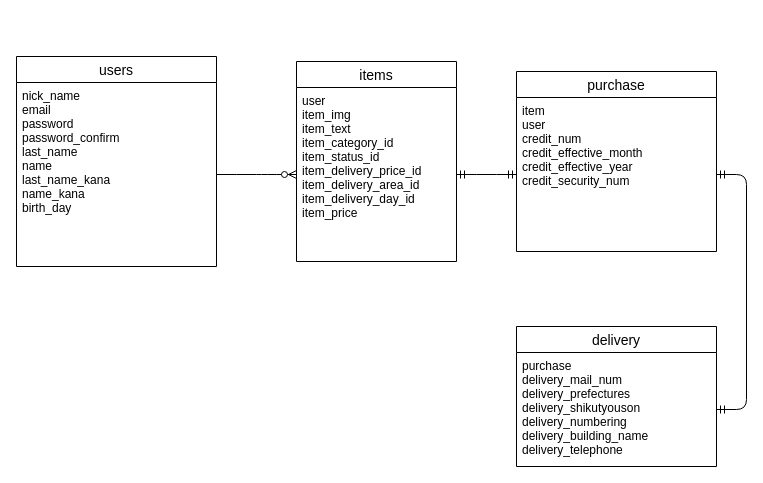
This is DB.dio from yo108039/furima-32329, a draw.io file, before an edit. Source tidied: cells renumbered, new cells numbered last; positions are measured from the earlier drawing's top-left corner, leaving out a move shared by most shapes. Both pictures are drawn from the tidied source at 100%, with x=0, y=0 at pixel (16, 56).
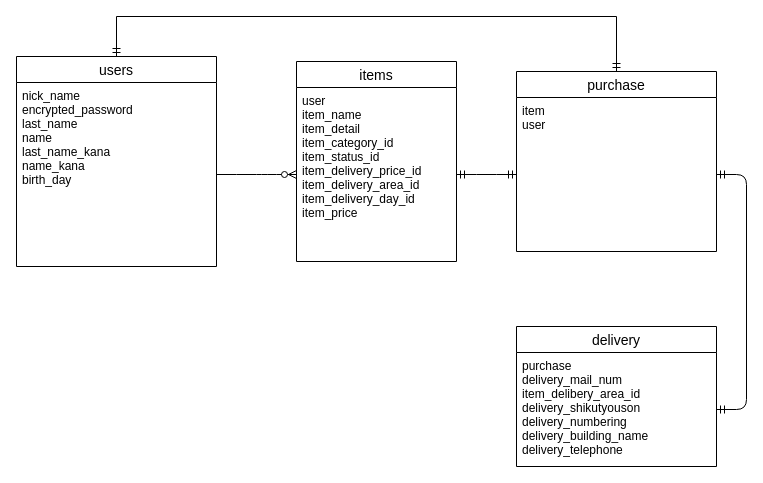
Above is the later version.

Commit message (it also covers changes not shown here):
データベース設計(レビュー後修正 - 3回目)

What changed in the source:
```diff
@@
 <mxGraphModel>
   <root>
     <mxCell id="0" />
     <mxCell id="1" parent="0" />
     <mxCell id="2" value="users" style="swimlane;fontStyle=0;horizontal=1;startSize=26;align=center;fontSize=14;" parent="1" vertex="1">
       <mxGeometry width="200" height="210" as="geometry" />
     </mxCell>
-    <mxCell id="3" value="nick_name&#10;email&#10;password&#10;password_confirm&#10;last_name&#10;name&#10;last_name_kana&#10;name_kana&#10;birth_day&#10;" style="text;strokeColor=none;fillColor=none;spacingLeft=4;spacingRight=4;overflow=hidden;points=[[0,0.5],[1,0.5]];portConstraint=eastwest;fontSize=12;" parent="2" vertex="1">
+    <mxCell id="3" value="nick_name&#10;encrypted_password&#10;last_name&#10;name&#10;last_name_kana&#10;name_kana&#10;birth_day&#10;" style="text;strokeColor=none;fillColor=none;spacingLeft=4;spacingRight=4;overflow=hidden;points=[[0,0.5],[1,0.5]];portConstraint=eastwest;fontSize=12;" parent="2" vertex="1">
       <mxGeometry y="26" width="200" height="184" as="geometry" />
     </mxCell>
     <mxCell id="4" value="items" style="swimlane;fontStyle=0;horizontal=1;startSize=26;align=center;fontSize=14;" parent="1" vertex="1">
       <mxGeometry x="280" y="5" width="160" height="200" as="geometry" />
     </mxCell>
-    <mxCell id="5" value="user&#10;item_img&#10;item_text&#10;item_category_id&#10;item_status_id&#10;item_delivery_price_id&#10;item_delivery_area_id&#10;item_delivery_day_id&#10;item_price" style="text;strokeColor=none;fillColor=none;spacingLeft=4;spacingRight=4;overflow=hidden;points=[[0,0.5],[1,0.5]];portConstraint=eastwest;fontSize=12;" parent="4" vertex="1">
+    <mxCell id="5" value="user&#10;item_name&#10;item_detail&#10;item_category_id&#10;item_status_id&#10;item_delivery_price_id&#10;item_delivery_area_id&#10;item_delivery_day_id&#10;item_price" style="text;strokeColor=none;fillColor=none;spacingLeft=4;spacingRight=4;overflow=hidden;points=[[0,0.5],[1,0.5]];portConstraint=eastwest;fontSize=12;" parent="4" vertex="1">
       <mxGeometry y="26" width="160" height="174" as="geometry" />
     </mxCell>
+    <mxCell id="13" style="edgeStyle=orthogonalEdgeStyle;rounded=0;jettySize=auto;html=1;exitX=0.5;exitY=0;exitDx=0;exitDy=0;entryX=0.5;entryY=0;entryDx=0;entryDy=0;endArrow=ERmandOne;endFill=0;startArrow=ERmandOne;startFill=0;" parent="1" edge="1" source="6" target="2">
+      <mxGeometry relative="1" as="geometry">
+        <Array as="points">
+          <mxPoint x="600" y="-40" />
+          <mxPoint x="100" y="-40" />
+        </Array>
+      </mxGeometry>
+    </mxCell>
     <mxCell id="6" value="purchase" style="swimlane;fontStyle=0;horizontal=1;startSize=26;align=center;fontSize=14;" parent="1" vertex="1">
       <mxGeometry x="500" y="15" width="200" height="180" as="geometry" />
     </mxCell>
-    <mxCell id="7" value="item&#10;user&#10;credit_num&#10;credit_effective_month&#10;credit_effective_year&#10;credit_security_num" style="text;strokeColor=none;fillColor=none;spacingLeft=4;spacingRight=4;overflow=hidden;points=[[0,0.5],[1,0.5]];portConstraint=eastwest;fontSize=12;" parent="6" vertex="1">
+    <mxCell id="7" value="item&#10;user&#10;" style="text;strokeColor=none;fillColor=none;spacingLeft=4;spacingRight=4;overflow=hidden;points=[[0,0.5],[1,0.5]];portConstraint=eastwest;fontSize=12;" parent="6" vertex="1">
       <mxGeometry y="26" width="200" height="154" as="geometry" />
     </mxCell>
     <mxCell id="8" value="delivery" style="swimlane;fontStyle=0;horizontal=1;startSize=26;align=center;fontSize=14;" parent="1" vertex="1">
       <mxGeometry x="500" y="270" width="200" height="140" as="geometry" />
     </mxCell>
-    <mxCell id="9" value="purchase&#10;delivery_mail_num&#10;delivery_prefectures&#10;delivery_shikutyouson&#10;delivery_numbering&#10;delivery_building_name&#10;delivery_telephone&#10;" style="text;strokeColor=none;fillColor=none;spacingLeft=4;spacingRight=4;overflow=hidden;points=[[0,0.5],[1,0.5]];portConstraint=eastwest;fontSize=12;" parent="8" vertex="1">
+    <mxCell id="9" value="purchase&#10;delivery_mail_num&#10;item_delibery_area_id&#10;delivery_shikutyouson&#10;delivery_numbering&#10;delivery_building_name&#10;delivery_telephone&#10;" style="text;strokeColor=none;fillColor=none;spacingLeft=4;spacingRight=4;overflow=hidden;points=[[0,0.5],[1,0.5]];portConstraint=eastwest;fontSize=12;" parent="8" vertex="1">
       <mxGeometry y="26" width="200" height="114" as="geometry" />
     </mxCell>
     <mxCell id="10" style="edgeStyle=entityRelationEdgeStyle;fontSize=12;html=1;endArrow=ERzeroToMany;endFill=1;entryX=0;entryY=0.5;entryDx=0;entryDy=0;" parent="1" edge="1" source="3" target="5">
       <mxGeometry relative="1" as="geometry" />
     </mxCell>
     <mxCell id="11" style="edgeStyle=entityRelationEdgeStyle;fontSize=12;html=1;endArrow=ERmandOne;startArrow=ERmandOne;shadow=0;exitX=1;exitY=0.5;exitDx=0;exitDy=0;entryX=0;entryY=0.5;entryDx=0;entryDy=0;" parent="1" edge="1" source="5" target="7">
       <mxGeometry relative="1" as="geometry" />
     </mxCell>
     <mxCell id="12" style="edgeStyle=entityRelationEdgeStyle;fontSize=12;html=1;endArrow=ERmandOne;startArrow=ERmandOne;shadow=0;entryX=1;entryY=0.5;entryDx=0;entryDy=0;" parent="1" edge="1" source="7" target="9">
       <mxGeometry relative="1" as="geometry" />
     </mxCell>
   </root>
 </mxGraphModel>
```
